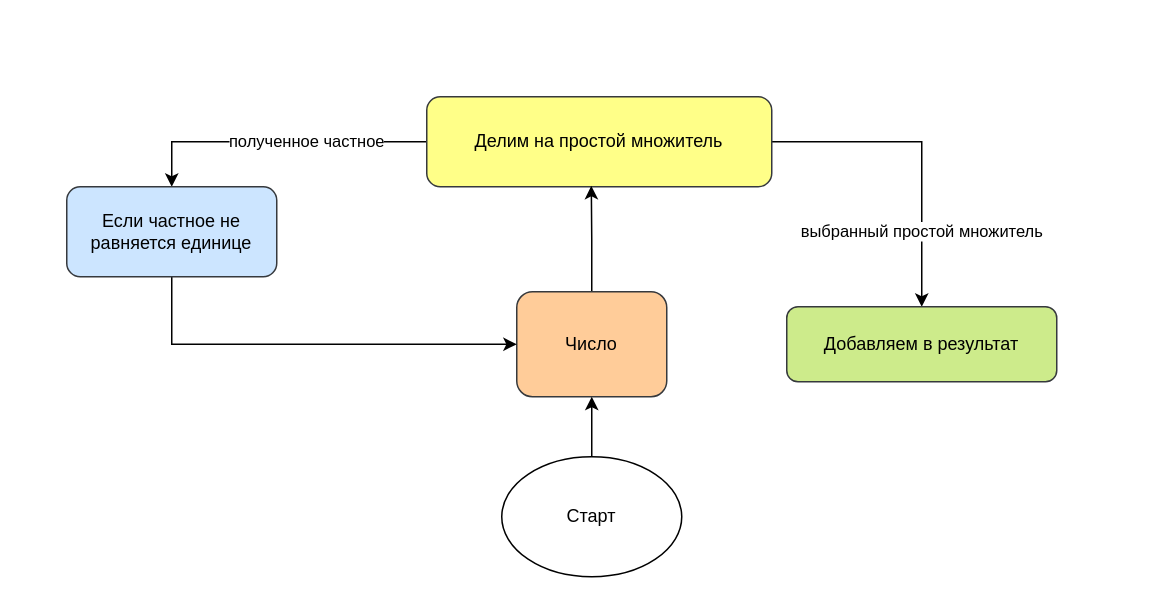
The draw.io diagram for_school.drawio in KirillMazinskiy/test2, before the edit. Source tidied: cells renumbered, new cells numbered last; positions are measured from the earlier drawing's top-left corner, leaving out a move shared by most shapes. Both pictures are drawn from the tidied source at 150%, with x=0, y=0 at pixel (66, 96).
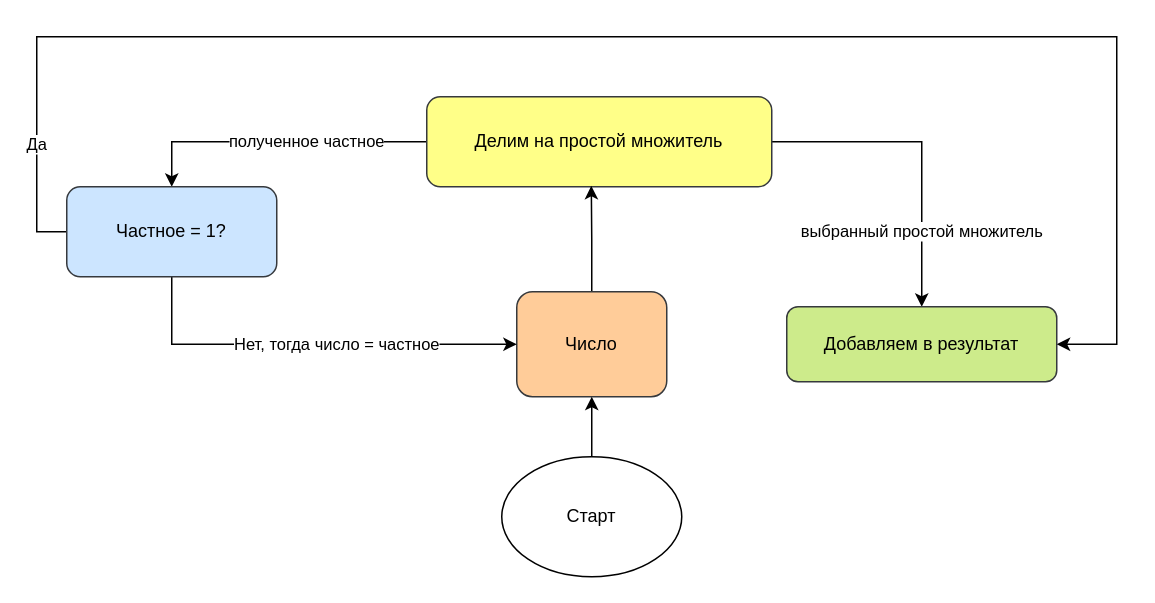
After the change.

What changed in the source:
```diff
@@
 <mxGraphModel>
   <root>
     <mxCell id="0" />
     <mxCell id="1" parent="0" />
     <mxCell id="2" value="выбранный простой множитель" style="edgeStyle=orthogonalEdgeStyle;rounded=0;jettySize=auto;html=1;exitX=1;exitY=0.5;exitDx=0;exitDy=0;entryX=0.5;entryY=0;entryDx=0;entryDy=0;" parent="1" edge="1" source="4" target="7">
       <mxGeometry x="0.52" relative="1" as="geometry">
         <Array as="points">
           <mxPoint x="570" y="30" />
         </Array>
       </mxGeometry>
     </mxCell>
     <mxCell id="3" value="полученное частное" style="edgeStyle=orthogonalEdgeStyle;rounded=0;jettySize=auto;html=1;exitX=0;exitY=0.5;exitDx=0;exitDy=0;entryX=0.5;entryY=0;entryDx=0;entryDy=0;" parent="1" edge="1" source="4" target="11">
       <mxGeometry x="-0.2" relative="1" as="geometry">
         <Array as="points">
           <mxPoint x="70" y="30" />
         </Array>
       </mxGeometry>
     </mxCell>
     <mxCell id="4" value="Делим на простой множитель" style="rounded=1;whiteSpace=wrap;html=1;fillColor=#ffff88;strokeColor=#36393d;" parent="1" vertex="1">
       <mxGeometry x="240" width="230" height="60" as="geometry" />
     </mxCell>
     <mxCell id="5" style="edgeStyle=orthogonalEdgeStyle;rounded=0;jettySize=auto;html=1;entryX=0.477;entryY=0.99;entryDx=0;entryDy=0;entryPerimeter=0;" parent="1" edge="1" source="6" target="4">
       <mxGeometry relative="1" as="geometry" />
     </mxCell>
     <mxCell id="6" value="Число" style="rounded=1;whiteSpace=wrap;html=1;fillColor=#ffcc99;strokeColor=#36393d;" parent="1" vertex="1">
       <mxGeometry x="300" y="130" width="100" height="70" as="geometry" />
     </mxCell>
     <mxCell id="7" value="Добавляем в результат" style="rounded=1;whiteSpace=wrap;html=1;fillColor=#cdeb8b;strokeColor=#36393d;" parent="1" vertex="1">
       <mxGeometry x="480" y="140" width="180" height="50" as="geometry" />
     </mxCell>
     <mxCell id="8" style="edgeStyle=orthogonalEdgeStyle;rounded=0;jettySize=auto;html=1;entryX=0.5;entryY=1;entryDx=0;entryDy=0;" parent="1" edge="1" source="9" target="6">
       <mxGeometry relative="1" as="geometry" />
     </mxCell>
     <mxCell id="9" value="Старт" style="ellipse;whiteSpace=wrap;html=1;" parent="1" vertex="1">
       <mxGeometry x="290" y="240" width="120" height="80" as="geometry" />
     </mxCell>
-    <mxCell id="10" style="edgeStyle=orthogonalEdgeStyle;rounded=0;jettySize=auto;html=1;entryX=0;entryY=0.5;entryDx=0;entryDy=0;" parent="1" edge="1" source="11" target="6">
-      <mxGeometry relative="1" as="geometry">
+    <mxCell id="10" value="Нет, тогда число = частное" style="edgeStyle=orthogonalEdgeStyle;rounded=0;jettySize=auto;html=1;entryX=0;entryY=0.5;entryDx=0;entryDy=0;" parent="1" edge="1" source="11" target="6">
+      <mxGeometry x="0.13" relative="1" as="geometry">
         <Array as="points">
           <mxPoint x="70" y="165" />
         </Array>
       </mxGeometry>
     </mxCell>
+    <mxCell id="12" value="Да" style="edgeStyle=orthogonalEdgeStyle;rounded=0;jettySize=auto;html=1;exitX=0;exitY=0.5;exitDx=0;exitDy=0;entryX=1;entryY=0.5;entryDx=0;entryDy=0;" parent="1" edge="1" source="11" target="7">
+      <mxGeometry x="-0.86" relative="1" as="geometry">
+        <Array as="points">
+          <mxPoint x="-20" y="90" />
+          <mxPoint x="-20" y="-40" />
+          <mxPoint x="700" y="-40" />
+          <mxPoint x="700" y="165" />
+        </Array>
+      </mxGeometry>
+    </mxCell>
-    <mxCell id="11" value="Если частное не равняется единице" style="rounded=1;whiteSpace=wrap;html=1;fillColor=#cce5ff;strokeColor=#36393d;" parent="1" vertex="1">
+    <mxCell id="11" value="Частное = 1?" style="rounded=1;whiteSpace=wrap;html=1;fillColor=#cce5ff;strokeColor=#36393d;" parent="1" vertex="1">
       <mxGeometry y="60" width="140" height="60" as="geometry" />
     </mxCell>
   </root>
 </mxGraphModel>
```
